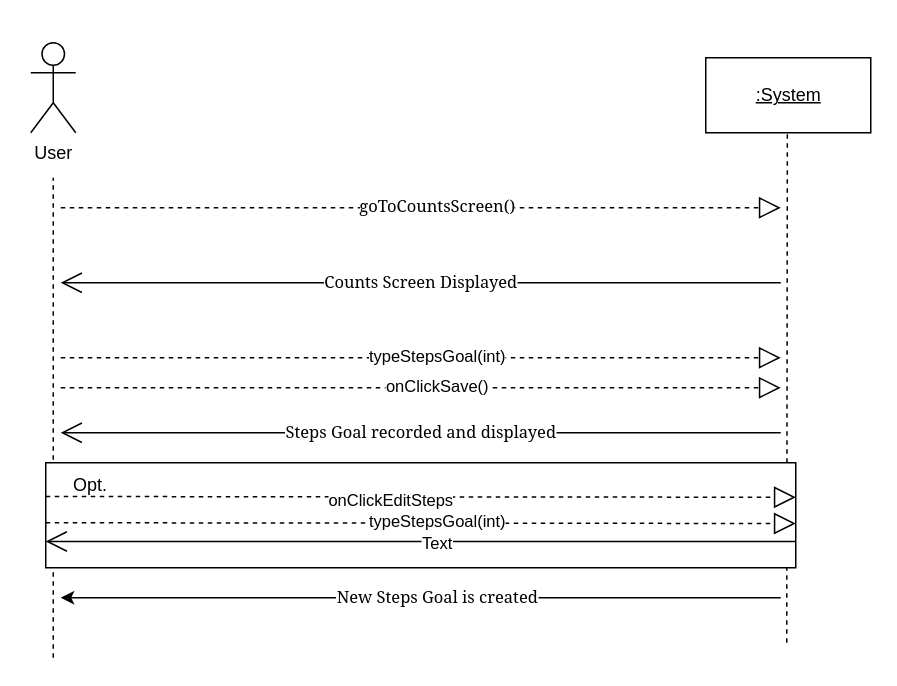
Before: SSD - Set Step Goal.drawio in Esaied19/Team-Albatross, a draw.io diagram. Source tidied: cells renumbered, new cells numbered last; positions are measured from the earlier drawing's top-left corner, leaving out a move shared by most shapes. Both pictures are drawn from the tidied source at 150%, with x=0, y=0 at pixel (30, 42).
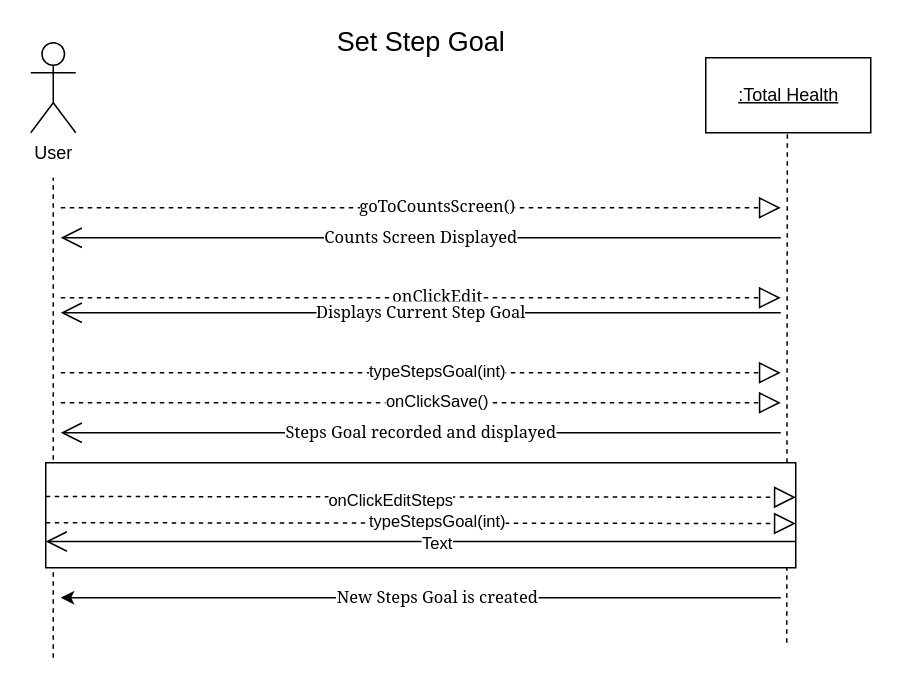
After the change.

Change to the diagram source:
```diff
@@
-    <mxCell id="3" value="&lt;u&gt;:System&lt;/u&gt;" style="html=1;" parent="1" vertex="1">
+    <mxCell id="3" value="&lt;u&gt;:Total Health&lt;/u&gt;" style="html=1;" parent="1" vertex="1">
       <mxGeometry x="450" y="10" width="110" height="50" as="geometry" />
     </mxCell>
@@
     <mxCell id="6" value="&lt;font face=&quot;Georgia&quot;&gt;Counts Screen Displayed&lt;br&gt;&lt;/font&gt;" style="endArrow=open;endFill=1;endSize=12;html=1;rounded=0;" parent="1" edge="1">
       <mxGeometry relative="1" as="geometry">
-        <mxPoint x="500" y="160" as="sourcePoint" />
-        <mxPoint x="20" y="160" as="targetPoint" />
+        <mxPoint x="500" y="130" as="sourcePoint" />
+        <mxPoint x="20" y="130" as="targetPoint" />
       </mxGeometry>
     </mxCell>
@@
     <mxCell id="9" style="endArrow=block;dashed=1;endFill=0;endSize=12;html=1;rounded=0;" parent="1" edge="1">
       <mxGeometry relative="1" as="geometry">
-        <mxPoint x="20" y="210" as="sourcePoint" />
-        <mxPoint x="500" y="210" as="targetPoint" />
+        <mxPoint x="20" y="220" as="sourcePoint" />
+        <mxPoint x="500" y="220" as="targetPoint" />
       </mxGeometry>
     </mxCell>
@@
     <mxCell id="14" style="endArrow=block;dashed=1;endFill=0;endSize=12;html=1;rounded=0;" parent="1" edge="1">
       <mxGeometry relative="1" as="geometry">
-        <mxPoint x="20" y="230" as="sourcePoint" />
-        <mxPoint x="500" y="230" as="targetPoint" />
+        <mxPoint x="20" y="240" as="sourcePoint" />
+        <mxPoint x="500" y="240" as="targetPoint" />
       </mxGeometry>
     </mxCell>
@@
+    <mxCell id="17" value="Opt." style="text;html=1;strokeColor=none;fillColor=none;align=center;verticalAlign=middle;whiteSpace=wrap;rounded=0;" parent="1" vertex="1">
+      <mxGeometry x="10" y="280" width="60" height="30" as="geometry" />
+    </mxCell>
+    <mxCell id="24" value="&lt;font style=&quot;font-size: 18px&quot;&gt;Set Step Goal&lt;/font&gt;" style="text;html=1;align=center;verticalAlign=middle;fillColor=none;strokeColor=none;rounded=0;" parent="1" vertex="1">
+      <mxGeometry x="195" y="-10" width="130" height="20" as="geometry" />
+    </mxCell>
+    <mxCell id="25" style="group;" parent="1" vertex="1">
+      <mxGeometry x="10" y="280" width="500" height="70" as="geometry" />
+    </mxCell>
-    <mxCell id="16" style="rounded=0;whiteSpace=wrap;html=1;" parent="1" vertex="1">
-      <mxGeometry x="10" y="280" width="500" height="70" as="geometry" />
+    <mxCell id="16" style="rounded=0;whiteSpace=wrap;html=1;" parent="25" vertex="1">
+      <mxGeometry width="500" height="70" as="geometry" />
     </mxCell>
-    <mxCell id="17" value="Opt." style="text;html=1;strokeColor=none;fillColor=none;align=center;verticalAlign=middle;whiteSpace=wrap;rounded=0;" parent="1" vertex="1">
-      <mxGeometry x="10" y="280" width="60" height="30" as="geometry" />
-    </mxCell>
-    <mxCell id="18" style="endArrow=block;dashed=1;endFill=0;endSize=12;html=1;rounded=0;exitX=0;exitY=0.75;exitDx=0;exitDy=0;" parent="1" edge="1" source="17">
+    <mxCell id="18" style="endArrow=block;dashed=1;endFill=0;endSize=12;html=1;rounded=0;exitX=0;exitY=0.75;exitDx=0;exitDy=0;" parent="25" edge="1" source="17">
       <mxGeometry relative="1" as="geometry">
-        <mxPoint x="510" y="303" as="targetPoint" />
+        <mxPoint x="500" y="23" as="targetPoint" />
       </mxGeometry>
     </mxCell>
@@
-    <mxCell id="20" style="endArrow=open;endFill=1;endSize=12;html=1;rounded=0;entryX=0;entryY=0.75;entryDx=0;entryDy=0;exitX=1;exitY=0.75;exitDx=0;exitDy=0;" parent="1" edge="1" source="16" target="16">
+    <mxCell id="20" style="endArrow=open;endFill=1;endSize=12;html=1;rounded=0;entryX=0;entryY=0.75;entryDx=0;entryDy=0;exitX=1;exitY=0.75;exitDx=0;exitDy=0;" parent="25" edge="1" source="16" target="16">
       <mxGeometry relative="1" as="geometry" />
     </mxCell>
@@
-    <mxCell id="22" style="endArrow=block;dashed=1;endFill=0;endSize=12;html=1;rounded=0;entryX=1;entryY=0.5;entryDx=0;entryDy=0;" parent="1" edge="1">
+    <mxCell id="22" style="endArrow=block;dashed=1;endFill=0;endSize=12;html=1;rounded=0;entryX=1;entryY=0.5;entryDx=0;entryDy=0;" parent="25" edge="1">
       <mxGeometry relative="1" as="geometry">
-        <mxPoint x="10" y="320" as="sourcePoint" />
-        <mxPoint x="510" y="320.5" as="targetPoint" />
+        <mxPoint y="40" as="sourcePoint" />
+        <mxPoint x="500" y="40.5" as="targetPoint" />
       </mxGeometry>
     </mxCell>
@@
+    <mxCell id="26" style="endArrow=block;dashed=1;endFill=0;endSize=12;html=1;rounded=0;" parent="1" edge="1">
+      <mxGeometry relative="1" as="geometry">
+        <mxPoint x="20" y="170" as="sourcePoint" />
+        <mxPoint x="500" y="170" as="targetPoint" />
+      </mxGeometry>
+    </mxCell>
+    <mxCell id="27" value="&lt;font face=&quot;Georgia&quot;&gt;onClickEdit&lt;/font&gt;" style="edgeLabel;html=1;align=center;verticalAlign=middle;" parent="26" vertex="1">
+      <mxGeometry x="0.04" y="2" relative="1" as="geometry" />
+    </mxCell>
+    <mxCell id="28" value="&lt;font face=&quot;Georgia&quot;&gt;Displays Current Step Goal&lt;br&gt;&lt;/font&gt;" style="endArrow=open;endFill=1;endSize=12;html=1;rounded=0;" parent="1" edge="1">
+      <mxGeometry relative="1" as="geometry">
+        <mxPoint x="500" y="180" as="sourcePoint" />
+        <mxPoint x="20" y="180" as="targetPoint" />
+      </mxGeometry>
+    </mxCell>
```
